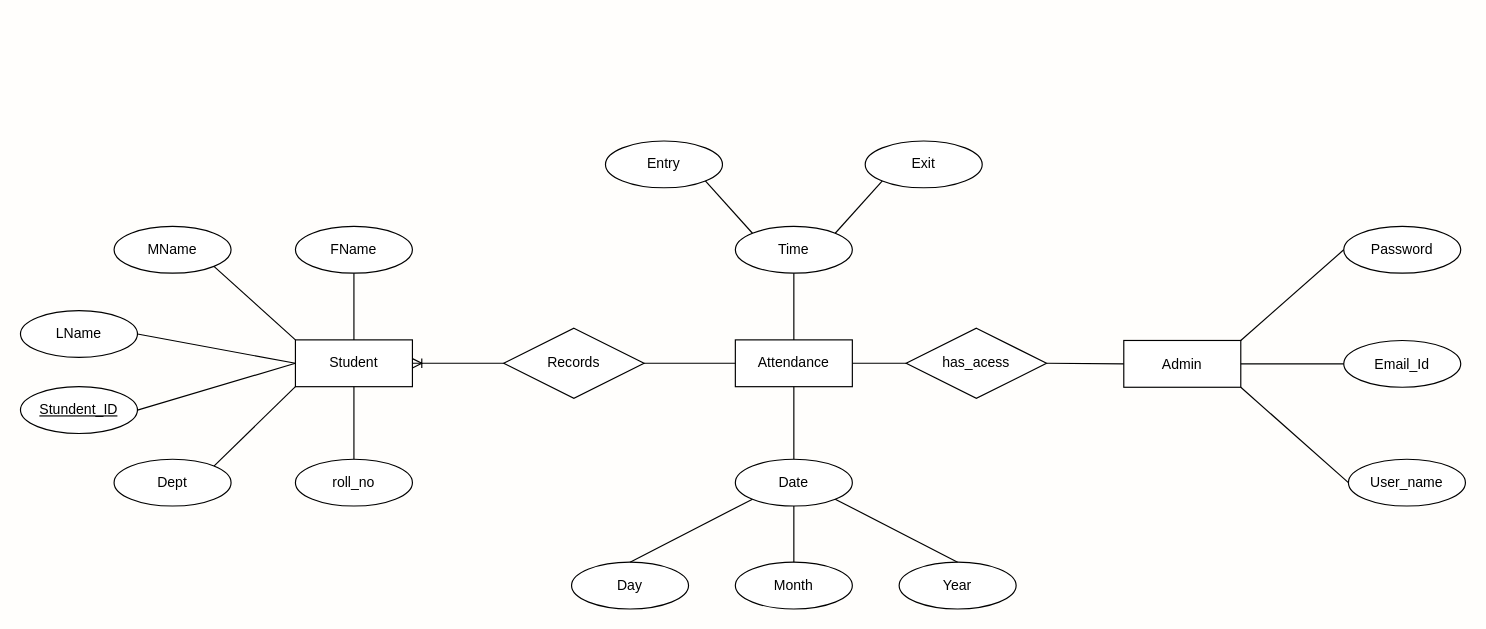
benfurtado/Python_webpage keeps this draw.io diagram as Untitled Diagram.drawio. Above is the earlier version. Source tidied: cells renumbered, new cells numbered last; positions are measured from the earlier drawing's top-left corner, leaving out a move shared by most shapes. Both pictures are drawn from the tidied source at 117%, with x=0, y=0 at pixel (20, 140).
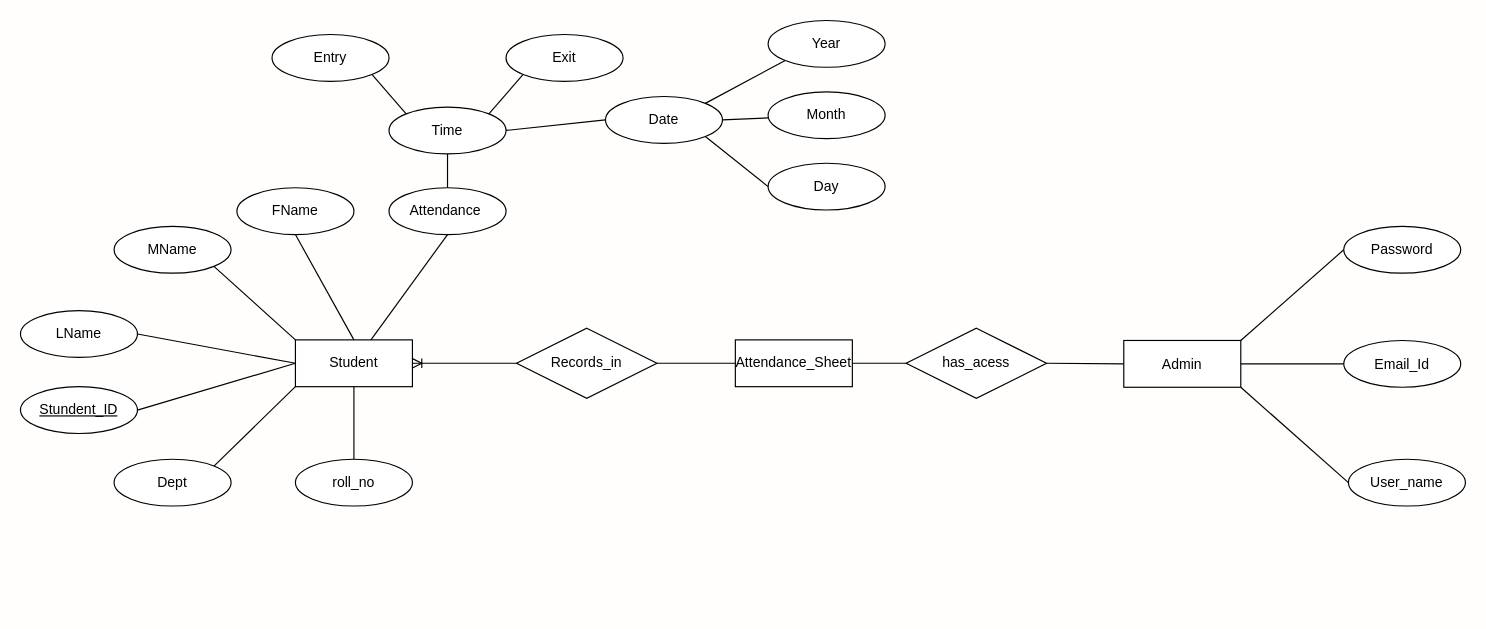
Above is the later version.

Unchanged cells that the change refers to:
```xml
<mxCell id="2" value="Student" style="whiteSpace=wrap;html=1;align=center;" parent="1" vertex="1">
  <mxGeometry x="235" y="170" width="100" height="40" as="geometry" />
</mxCell>
```

What changed in the source:
```diff
@@
-    <mxCell id="3" value="Records" style="shape=rhombus;perimeter=rhombusPerimeter;whiteSpace=wrap;html=1;align=center;" parent="1" vertex="1">
-      <mxGeometry x="413" y="160" width="120" height="60" as="geometry" />
+    <mxCell id="3" value="Records_in" style="shape=rhombus;perimeter=rhombusPerimeter;whiteSpace=wrap;html=1;align=center;" parent="1" vertex="1">
+      <mxGeometry x="424" y="160" width="120" height="60" as="geometry" />
     </mxCell>
@@
-    <mxCell id="5" value="Attendance" style="whiteSpace=wrap;html=1;align=center;" parent="1" vertex="1">
+    <mxCell id="5" value="Attendance_Sheet" style="whiteSpace=wrap;html=1;align=center;" parent="1" vertex="1">
       <mxGeometry x="611" y="170" width="100" height="40" as="geometry" />
     </mxCell>
@@
     <mxCell id="7" value="FName" style="ellipse;whiteSpace=wrap;html=1;align=center;" parent="1" vertex="1">
-      <mxGeometry x="235" y="73" width="100" height="40" as="geometry" />
+      <mxGeometry x="185" y="40" width="100" height="40" as="geometry" />
     </mxCell>
@@
     <mxCell id="10" value="Date" style="ellipse;whiteSpace=wrap;html=1;align=center;" parent="1" vertex="1">
-      <mxGeometry x="611" y="272" width="100" height="40" as="geometry" />
+      <mxGeometry x="500" y="-38" width="100" height="40" as="geometry" />
     </mxCell>
     <mxCell id="11" value="Time" style="ellipse;whiteSpace=wrap;html=1;align=center;" parent="1" vertex="1">
-      <mxGeometry x="611" y="73" width="100" height="40" as="geometry" />
+      <mxGeometry x="315" y="-29" width="100" height="40" as="geometry" />
     </mxCell>
     <mxCell id="12" value="Entry" style="ellipse;whiteSpace=wrap;html=1;align=center;" parent="1" vertex="1">
-      <mxGeometry x="500" width="100" height="40" as="geometry" />
+      <mxGeometry x="215" y="-91" width="100" height="40" as="geometry" />
     </mxCell>
     <mxCell id="13" value="Exit" style="ellipse;whiteSpace=wrap;html=1;align=center;" parent="1" vertex="1">
-      <mxGeometry x="722" width="100" height="40" as="geometry" />
+      <mxGeometry x="415" y="-91" width="100" height="40" as="geometry" />
     </mxCell>
-    <mxCell id="14" style="endArrow=none;html=1;rounded=0;exitX=0.5;exitY=1;exitDx=0;exitDy=0;entryX=0.5;entryY=0;entryDx=0;entryDy=0;" parent="1" edge="1" source="7" target="2">
-      <mxGeometry relative="1" as="geometry" />
+    <mxCell id="14" style="endArrow=none;html=1;rounded=0;entryX=0.5;entryY=0;entryDx=0;entryDy=0;" parent="1" edge="1" target="2">
+      <mxGeometry relative="1" as="geometry">
+        <mxPoint x="235" y="80" as="sourcePoint" />
+      </mxGeometry>
     </mxCell>
@@
-    <mxCell id="17" style="endArrow=none;html=1;rounded=0;exitX=1;exitY=1;exitDx=0;exitDy=0;entryX=0;entryY=0;entryDx=0;entryDy=0;" parent="1" edge="1" source="12" target="11">
+    <mxCell id="17" style="endArrow=none;html=1;rounded=0;entryX=0;entryY=0;entryDx=0;entryDy=0;exitX=1;exitY=1;exitDx=0;exitDy=0;" parent="1" edge="1" source="12" target="11">
       <mxGeometry relative="1" as="geometry" />
     </mxCell>
@@
-    <mxCell id="19" style="endArrow=none;html=1;rounded=0;entryX=0.5;entryY=0;entryDx=0;entryDy=0;exitX=0.5;exitY=1;exitDx=0;exitDy=0;" parent="1" edge="1" source="5" target="10">
-      <mxGeometry relative="1" as="geometry" />
-    </mxCell>
-    <mxCell id="20" style="endArrow=none;html=1;rounded=0;entryX=0.5;entryY=1;entryDx=0;entryDy=0;exitX=0.5;exitY=0;exitDx=0;exitDy=0;" parent="1" edge="1" source="5" target="11">
+    <mxCell id="20" style="endArrow=none;html=1;rounded=0;entryX=0.5;entryY=1;entryDx=0;entryDy=0;exitX=0.5;exitY=0;exitDx=0;exitDy=0;" parent="1" edge="1" source="43" target="11">
       <mxGeometry relative="1" as="geometry" />
     </mxCell>
     <mxCell id="21" value="Day" style="ellipse;whiteSpace=wrap;html=1;align=center;" parent="1" vertex="1">
-      <mxGeometry x="471" y="360" width="100" height="40" as="geometry" />
+      <mxGeometry x="639" y="19" width="100" height="40" as="geometry" />
     </mxCell>
-    <mxCell id="22" value="Month" style="ellipse;whiteSpace=wrap;html=1;align=center;" parent="1" vertex="1">
-      <mxGeometry x="611" y="360" width="100" height="40" as="geometry" />
-    </mxCell>
     <mxCell id="23" value="Year" style="ellipse;whiteSpace=wrap;html=1;align=center;" parent="1" vertex="1">
-      <mxGeometry x="751" y="360" width="100" height="40" as="geometry" />
+      <mxGeometry x="639" y="-103" width="100" height="40" as="geometry" />
     </mxCell>
-    <mxCell id="24" style="endArrow=none;html=1;rounded=0;entryX=0.5;entryY=0;entryDx=0;entryDy=0;exitX=0;exitY=1;exitDx=0;exitDy=0;" parent="1" edge="1" source="10" target="21">
+    <mxCell id="24" style="endArrow=none;html=1;rounded=0;entryX=0;entryY=0.5;entryDx=0;entryDy=0;exitX=1;exitY=1;exitDx=0;exitDy=0;" parent="1" edge="1" source="10" target="21">
       <mxGeometry relative="1" as="geometry" />
     </mxCell>
-    <mxCell id="25" style="endArrow=none;html=1;rounded=0;entryX=0.5;entryY=0;entryDx=0;entryDy=0;exitX=0.5;exitY=1;exitDx=0;exitDy=0;" parent="1" edge="1" source="10" target="22">
-      <mxGeometry relative="1" as="geometry" />
-    </mxCell>
-    <mxCell id="26" style="endArrow=none;html=1;rounded=0;entryX=0.5;entryY=0;entryDx=0;entryDy=0;exitX=1;exitY=1;exitDx=0;exitDy=0;" parent="1" edge="1" source="10" target="23">
+    <mxCell id="26" style="endArrow=none;html=1;rounded=0;entryX=0;entryY=1;entryDx=0;entryDy=0;exitX=1;exitY=0;exitDx=0;exitDy=0;" parent="1" edge="1" source="10" target="23">
       <mxGeometry relative="1" as="geometry" />
     </mxCell>
@@
+    <mxCell id="43" value="Attendance&amp;nbsp;" style="ellipse;whiteSpace=wrap;html=1;align=center;" parent="1" vertex="1">
+      <mxGeometry x="315" y="40" width="100" height="40" as="geometry" />
+    </mxCell>
+    <mxCell id="44" style="endArrow=none;html=1;rounded=0;exitX=0.5;exitY=1;exitDx=0;exitDy=0;" parent="1" edge="1" source="43" target="2">
+      <mxGeometry relative="1" as="geometry" />
+    </mxCell>
+    <mxCell id="45" style="endArrow=none;html=1;rounded=0;entryX=0;entryY=0.5;entryDx=0;entryDy=0;exitX=1;exitY=0.5;exitDx=0;exitDy=0;" parent="1" edge="1" source="11" target="10">
+      <mxGeometry relative="1" as="geometry" />
+    </mxCell>
+    <mxCell id="46" style="edgeStyle=none;curved=1;rounded=0;orthogonalLoop=1;jettySize=auto;html=1;entryX=0;entryY=0.5;entryDx=0;entryDy=0;fontSize=12;startSize=8;endSize=8;" parent="1" edge="1" source="23" target="23">
+      <mxGeometry relative="1" as="geometry" />
+    </mxCell>
+    <mxCell id="25" style="endArrow=none;html=1;rounded=0;exitX=1;exitY=0.5;exitDx=0;exitDy=0;" parent="1" edge="1" source="10" target="22">
+      <mxGeometry relative="1" as="geometry" />
+    </mxCell>
+    <mxCell id="22" value="Month" style="ellipse;whiteSpace=wrap;html=1;align=center;" parent="1" vertex="1">
+      <mxGeometry x="639" y="-42" width="100" height="40" as="geometry" />
+    </mxCell>
```
